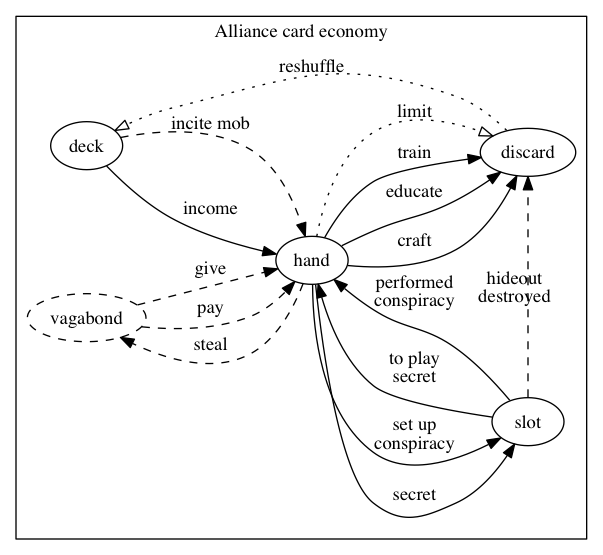
krawaller/root keeps this Graphviz diagram as diagrams/alliance-cards.png. Above is the earlier version. Its source is kept beside it as diagrams/alliance-cards.dot.
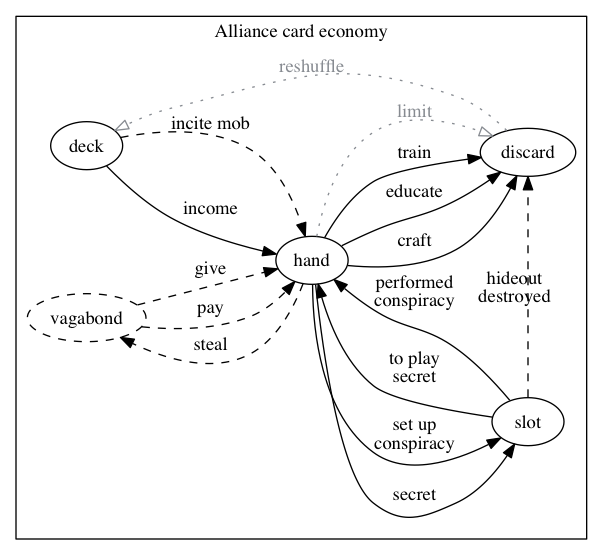
The same file after the commit.

Commit message:
grey dotted arrows

What changed in the source:
```diff
@@ -9,7 +9,7 @@
     deck -> hand [label="income"]
     deck -> hand [label="income" color=transparent fontcolor=transparent]
 
-    hand -> discard [label="limit" style=dotted arrowhead=empty]
+    hand -> discard [label="limit" style=dotted arrowhead=empty color="#878b91" fontcolor="#878b91"]
 
     hand -> discard [label="craft"]
 
@@ -29,7 +29,7 @@
 
     deck -> hand [label="incite mob" style=dashed]
 
-    discard -> deck [label="reshuffle" style=dotted arrowhead=empty]
+    discard -> deck [label="reshuffle" style=dotted arrowhead=empty color="#878b91" fontcolor="#878b91"]
 
     vagabond [style=dashed]
     vagabond -> hand [label="pay" style=dashed]
```
